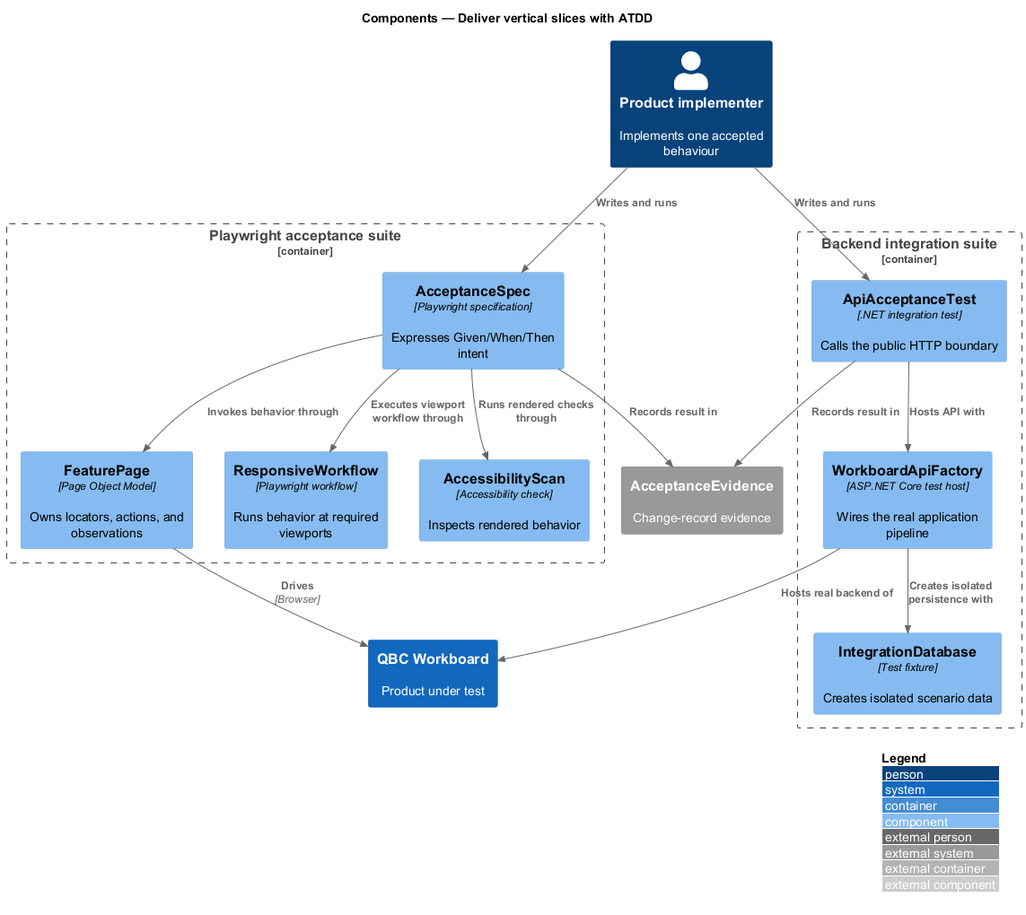
Above: docs/detailed-designs/quality/deliver-with-atdd/diagrams/c4-component.png in QuinntyneBrown/quinntyne-brown-consulting (PlantUML), before the change. The source it was exported from:
```plantuml
@startuml
!include <C4/C4_Component>
LAYOUT_WITH_LEGEND()
title Components — Deliver vertical slices with ATDD

Person(implementer, "Product implementer", "Implements one accepted behaviour")
Container_Boundary(browserSuite, "Playwright acceptance suite") {
  Component(spec, "AcceptanceSpec", "Playwright specification", "Expresses Given/When/Then intent")
  Component(pageObject, "FeaturePage", "Page Object Model", "Owns locators, actions, and observations")
  Component(responsive, "ResponsiveWorkflow", "Playwright workflow", "Runs behavior at required viewports")
  Component(a11y, "AccessibilityScan", "Accessibility check", "Inspects rendered behavior")
}
Container_Boundary(apiSuite, "Backend integration suite") {
  Component(test, "ApiAcceptanceTest", ".NET integration test", "Calls the public HTTP boundary")
  Component(factory, "WorkboardApiFactory", "ASP.NET Core test host", "Wires the real application pipeline")
  Component(database, "IntegrationDatabase", "Test fixture", "Creates isolated scenario data")
}
System(workboard, "QBC Workboard", "Product under test")
System_Ext(evidence, "AcceptanceEvidence", "Change-record evidence")

Rel(implementer, spec, "Writes and runs")
Rel(implementer, test, "Writes and runs")
Rel(spec, pageObject, "Invokes behavior through")
Rel(spec, responsive, "Executes viewport workflow through")
Rel(spec, a11y, "Runs rendered checks through")
Rel(pageObject, workboard, "Drives", "Browser")
Rel(test, factory, "Hosts API with")
Rel(factory, database, "Creates isolated persistence with")
Rel(factory, workboard, "Hosts real backend of")
Rel(spec, evidence, "Records result in")
Rel(test, evidence, "Records result in")
@enduml
```
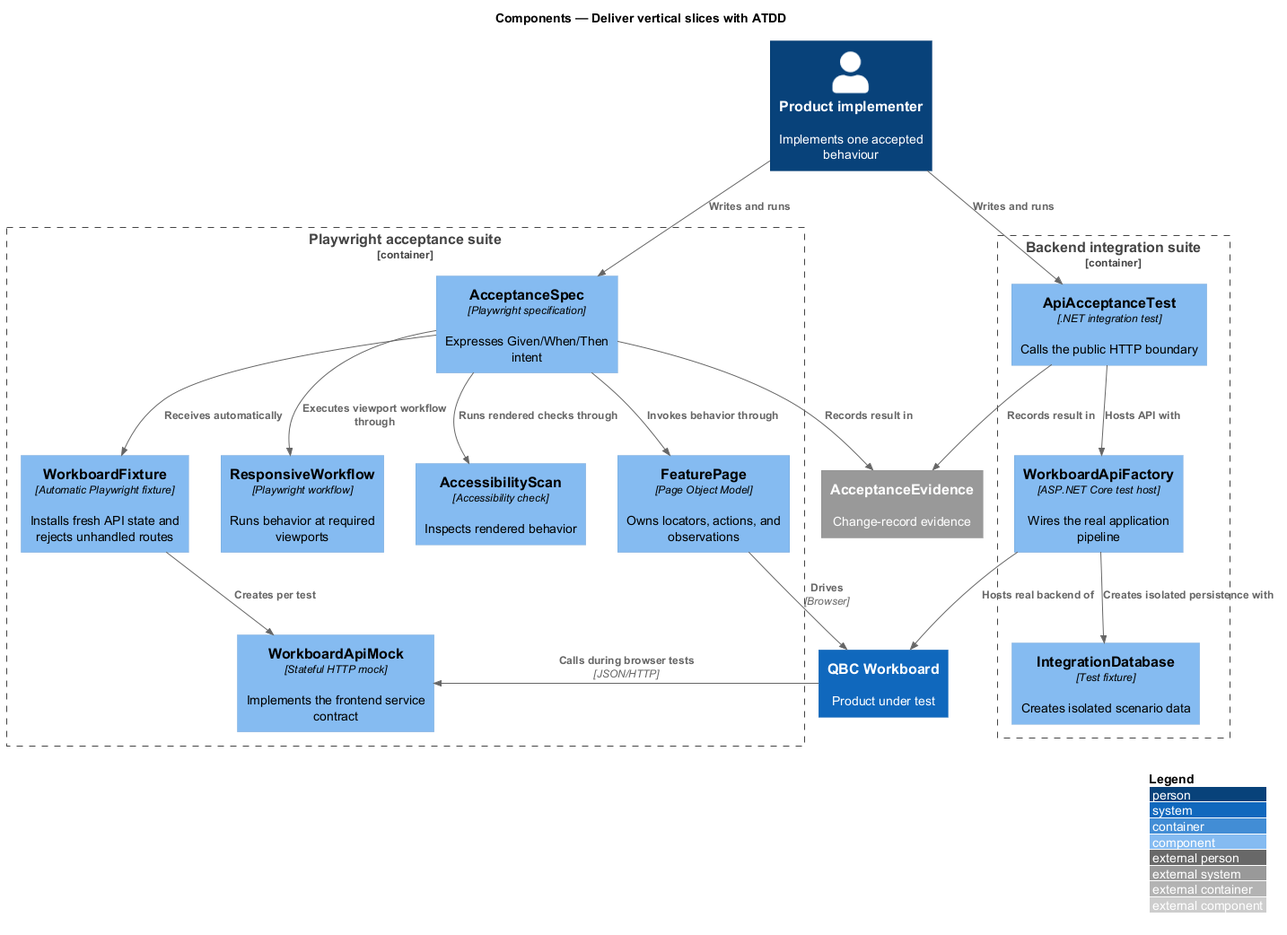
Above is the later version.

Diff of the diagram source:
```diff
@@ -9,6 +9,8 @@
   Component(pageObject, "FeaturePage", "Page Object Model", "Owns locators, actions, and observations")
   Component(responsive, "ResponsiveWorkflow", "Playwright workflow", "Runs behavior at required viewports")
   Component(a11y, "AccessibilityScan", "Accessibility check", "Inspects rendered behavior")
+  Component(fixture, "WorkboardFixture", "Automatic Playwright fixture", "Installs fresh API state and rejects unhandled routes")
+  Component(mockApi, "WorkboardApiMock", "Stateful HTTP mock", "Implements the frontend service contract")
 }
 Container_Boundary(apiSuite, "Backend integration suite") {
   Component(test, "ApiAcceptanceTest", ".NET integration test", "Calls the public HTTP boundary")
@@ -23,7 +25,10 @@
 Rel(spec, pageObject, "Invokes behavior through")
 Rel(spec, responsive, "Executes viewport workflow through")
 Rel(spec, a11y, "Runs rendered checks through")
+Rel(spec, fixture, "Receives automatically")
+Rel(fixture, mockApi, "Creates per test")
 Rel(pageObject, workboard, "Drives", "Browser")
+Rel(workboard, mockApi, "Calls during browser tests", "JSON/HTTP")
 Rel(test, factory, "Hosts API with")
 Rel(factory, database, "Creates isolated persistence with")
 Rel(factory, workboard, "Hosts real backend of")
```
